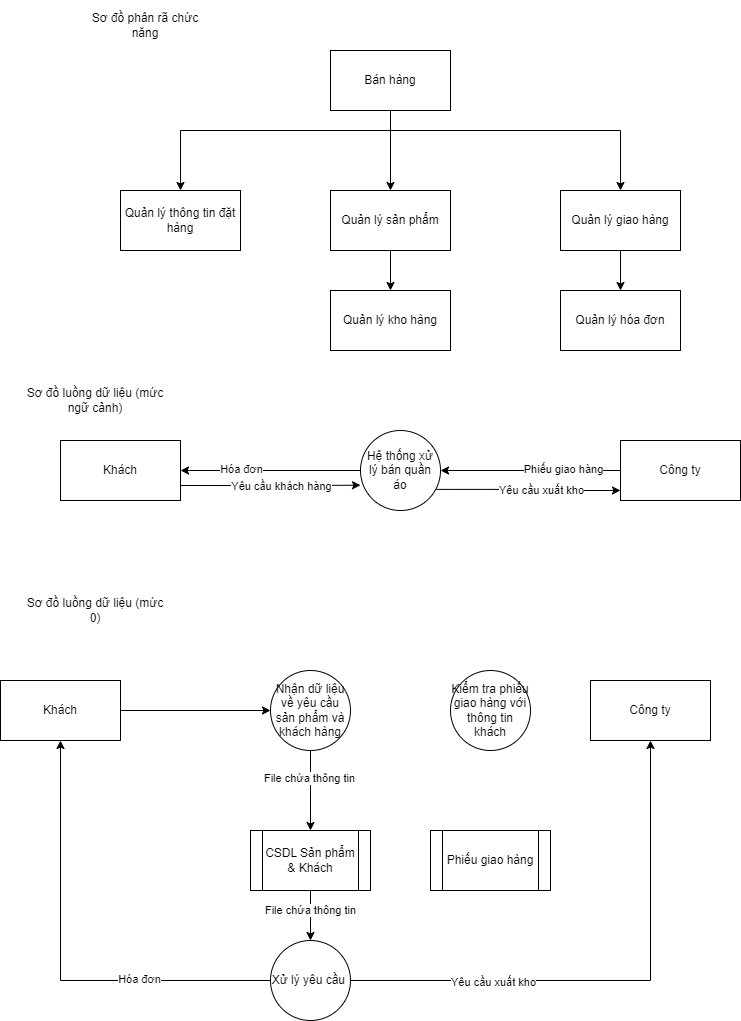
InfiniteByte1811/branch1 keeps this draw.io diagram as DFD1.png. Above is the earlier version. Source tidied: cells renumbered, new cells last; positions are measured from the earlier drawing's top-left corner, leaving out a move shared by most shapes.
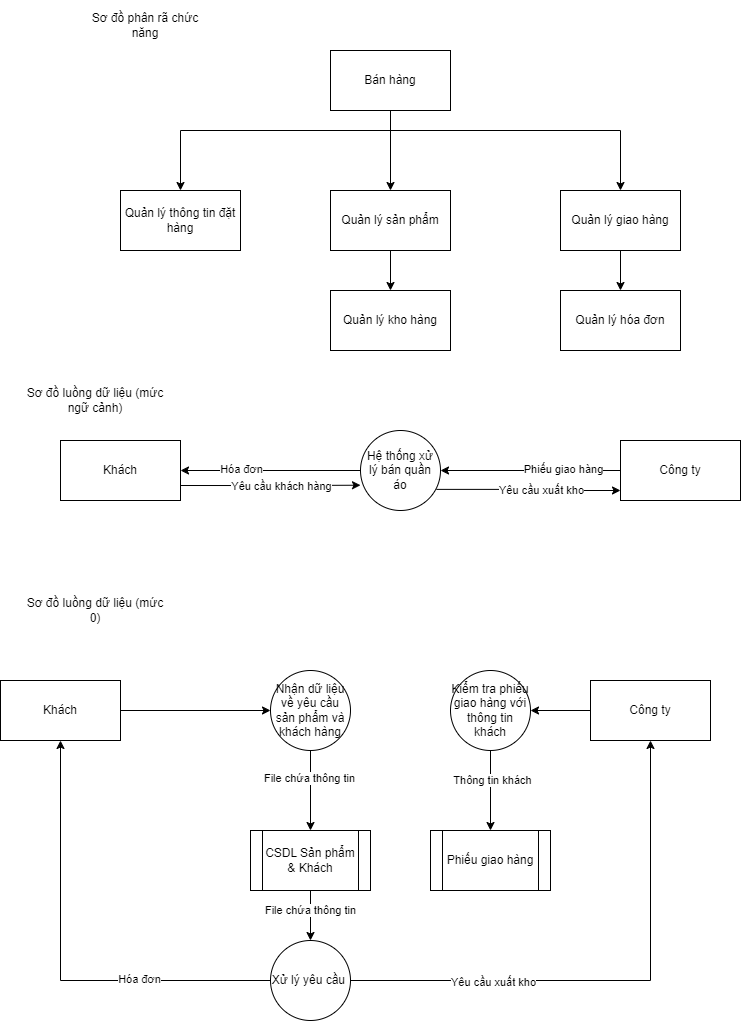
After the commit.

Commit message:
Cập nhật DFD1.png

Diff of the diagram source:
```diff
@@ -41,6 +41,9 @@
     <mxCell id="14" value="Khách" style="rounded=0;whiteSpace=wrap;html=1;" parent="1" vertex="1">
       <mxGeometry y="680" width="120" height="60" as="geometry" />
     </mxCell>
+    <mxCell id="43" style="edgeStyle=orthogonalEdgeStyle;rounded=0;jettySize=auto;html=1;entryX=1;entryY=0.5;entryDx=0;entryDy=0;" parent="1" edge="1" source="15" target="41">
+      <mxGeometry relative="1" as="geometry" />
+    </mxCell>
     <mxCell id="15" value="Công ty" style="rounded=0;whiteSpace=wrap;html=1;" parent="1" vertex="1">
       <mxGeometry x="590" y="680" width="120" height="60" as="geometry" />
     </mxCell>
@@ -127,6 +130,12 @@
         <mxPoint x="2" y="-1" as="offset" />
       </mxGeometry>
     </mxCell>
+    <mxCell id="44" style="edgeStyle=orthogonalEdgeStyle;rounded=0;jettySize=auto;html=1;" parent="1" edge="1" source="41" target="42">
+      <mxGeometry relative="1" as="geometry" />
+    </mxCell>
+    <mxCell id="45" value="Thông tin khách" style="edgeLabel;html=1;align=center;verticalAlign=middle;" parent="44" vertex="1">
+      <mxGeometry x="-0.26" y="2" relative="1" as="geometry" />
+    </mxCell>
     <mxCell id="41" value="Kiểm tra phiếu giao hàng với thông tin khách" style="ellipse;whiteSpace=wrap;html=1;" parent="1" vertex="1">
       <mxGeometry x="450" y="670" width="80" height="80" as="geometry" />
     </mxCell>
```
